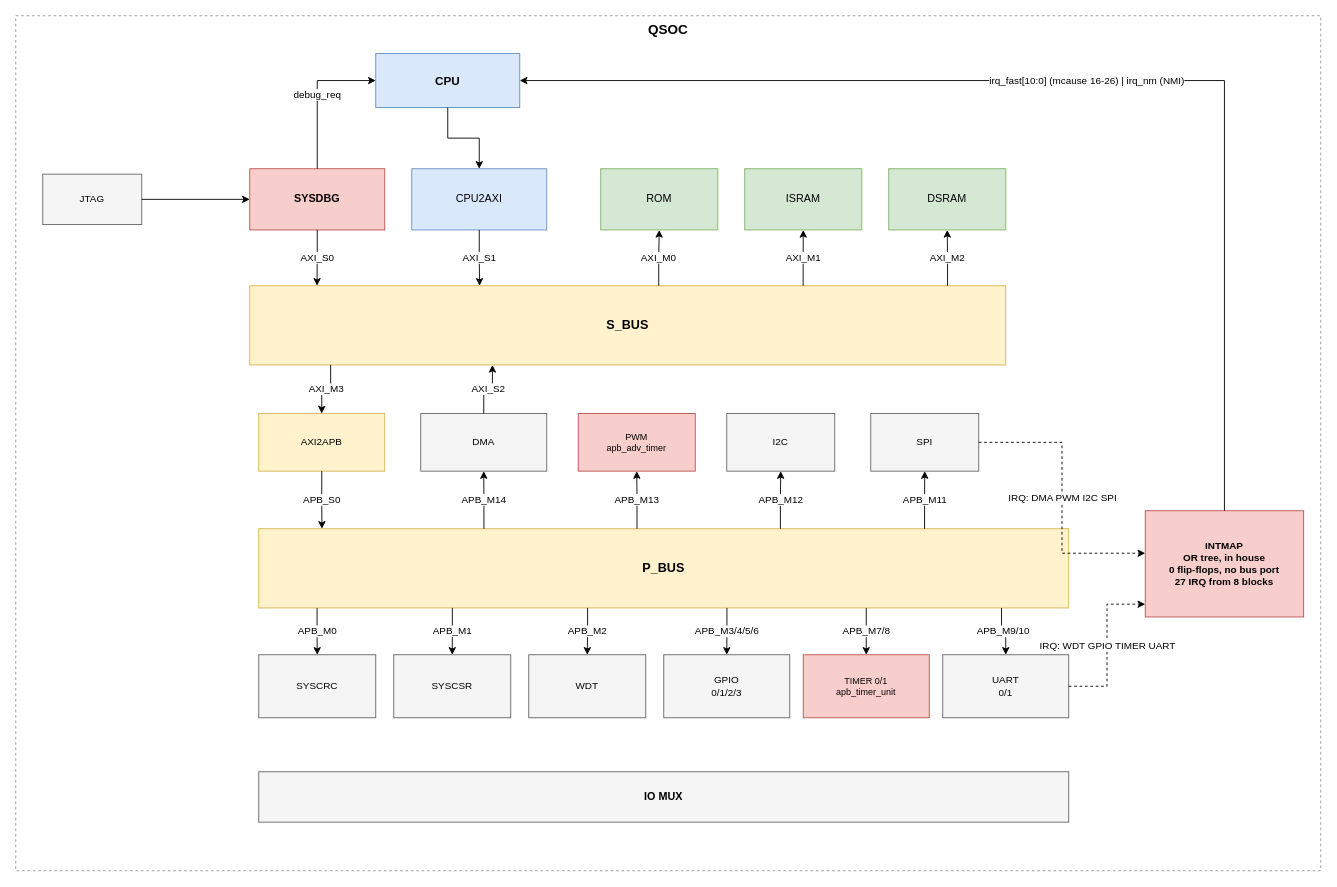
The draw.io diagram doc/drawio/QSOC_Block_Diagram.drawio in quynhonsemiconductor/vlsi_deep_training, before the edit. Source tidied: cells renumbered, new cells numbered last; positions are measured from the earlier drawing's top-left corner, leaving out a move shared by most shapes. Both pictures are drawn from the tidied source at 90%, with x=0, y=0 at pixel (15, 15).
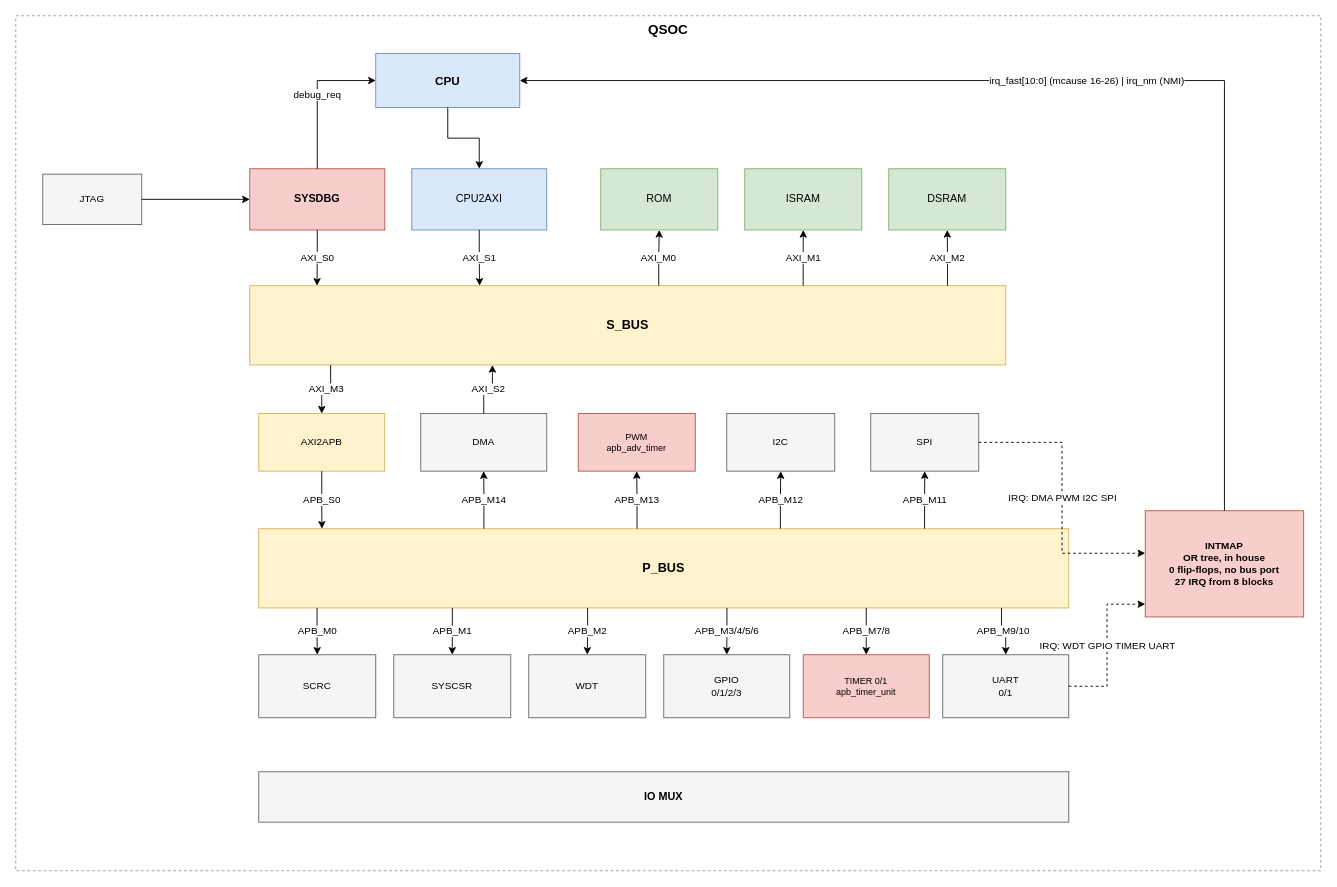
After the change.

What changed in the source:
```diff
@@
-    <mxCell id="18" value="SYSCRC" style="rounded=0;whiteSpace=wrap;html=1;fillColor=#f5f5f5;strokeColor=#666666;fontSize=11;dashed=0;verticalAlign=middle;" parent="1" vertex="1">
+    <mxCell id="18" value="SCRC" style="rounded=0;whiteSpace=wrap;html=1;fillColor=#f5f5f5;strokeColor=#666666;fontSize=11;dashed=0;verticalAlign=middle;" parent="1" vertex="1">
       <mxGeometry x="270" y="710" width="130" height="70" as="geometry" />
     </mxCell>
```
